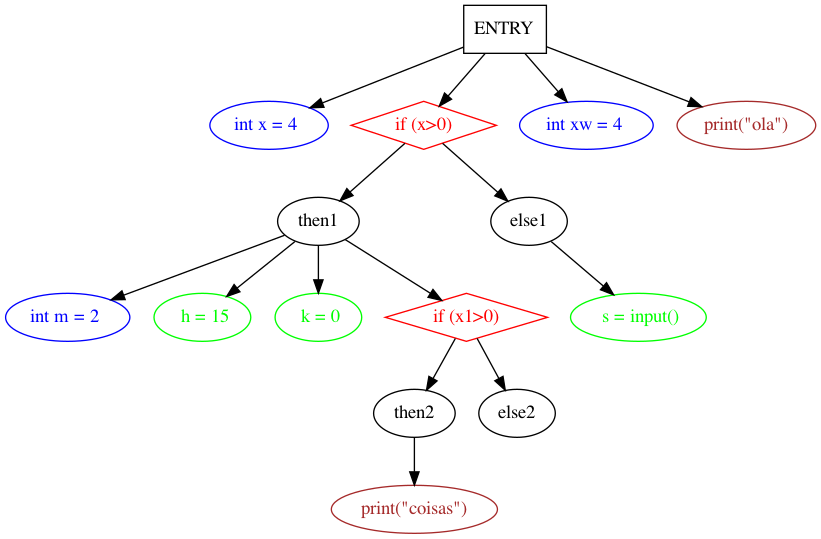
saracqueiros/EG22 keeps this Graphviz diagram as TP3/doctest-output/sdg.gv.png. Above is the earlier version. Its source is kept beside it as TP3/doctest-output/sdg.gv.
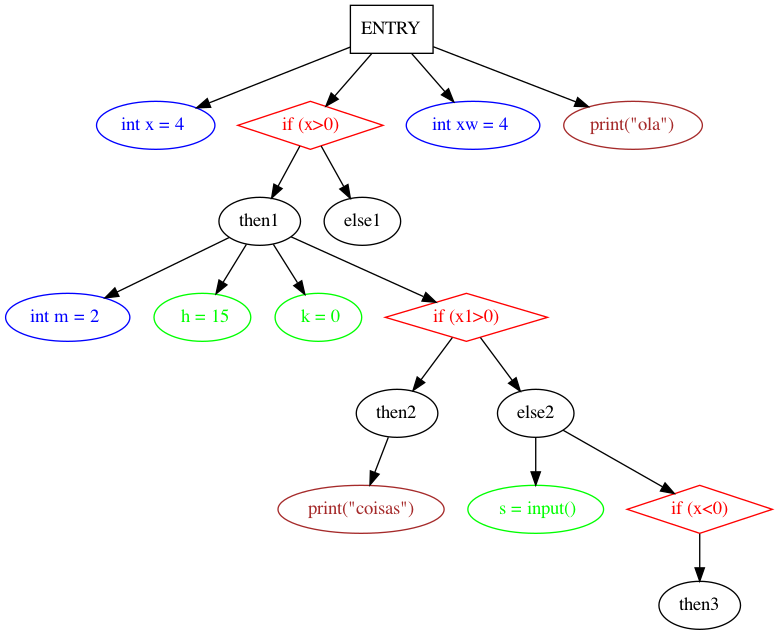
The same file after the commit.

The edit, as a diff of the source:
```diff
@@ -19,10 +19,13 @@
 	then2 -> "print(\"coisas\")"
 	else2
 	"if (x1>0)" -> else2
+	" s = input()" [color=green fontcolor=green]
+	else2 -> " s = input()"
+	"if (x<0)" [color=red fontcolor=red shape=diamond]
+	else2 -> "if (x<0)"
+	"if (x<0)" -> then3
 	else1
 	"if (x>0)" -> else1
-	" s = input()" [color=green fontcolor=green]
-	else1 -> " s = input()"
 	"int xw = 4 " [color=blue fontcolor=blue]
 	ENTRY -> "int xw = 4 "
 	"print(\"ola\")" [color=brown fontcolor=brown]
```
